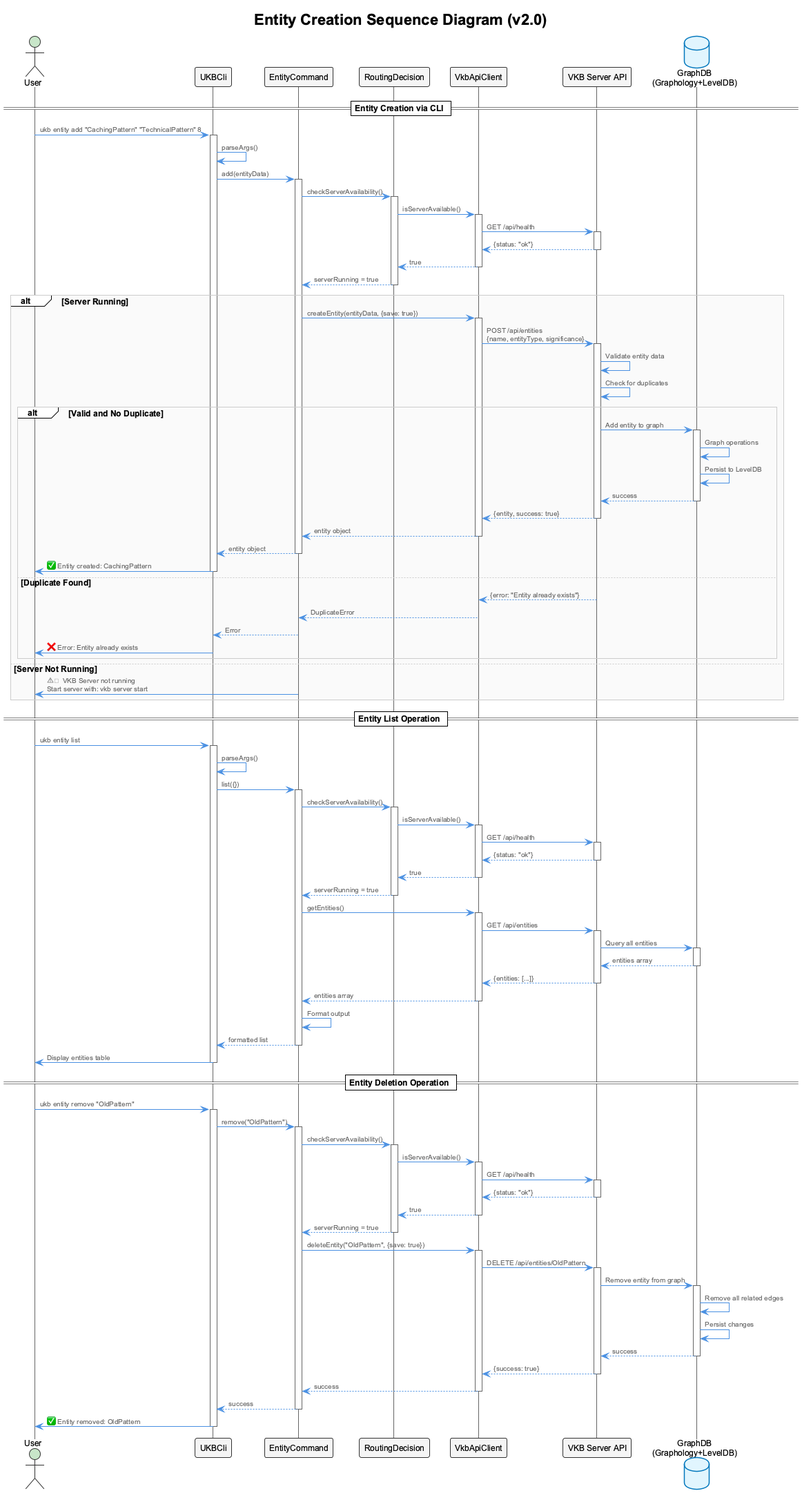
fwornle/coding keeps this PlantUML diagram as docs/images/ukb-cli-sequence-entity-creation.png. Above is the earlier version.
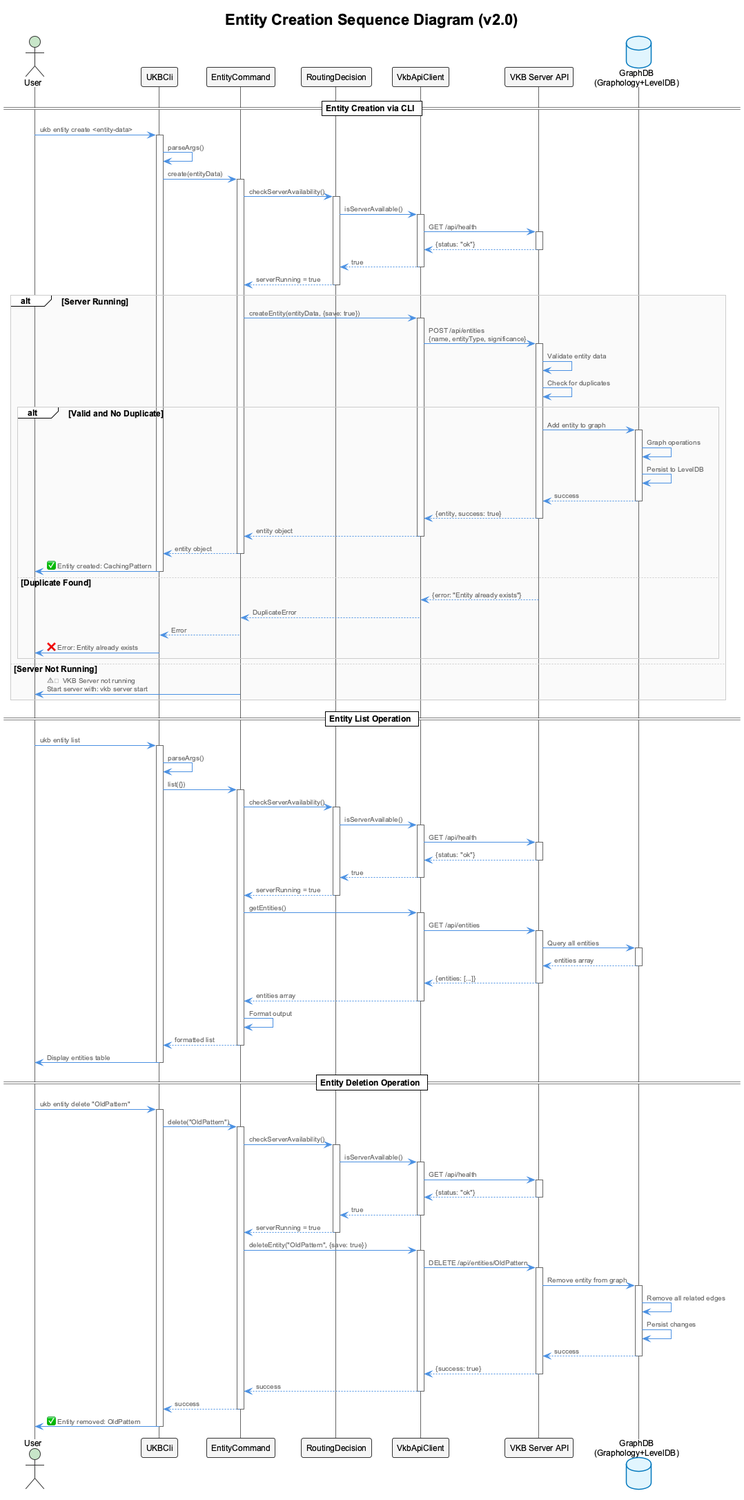
The same diagram one commit later.

Change to the diagram source:
```diff
@@ -13,11 +13,11 @@
 
 == Entity Creation via CLI ==
 
-User -> CLI: ukb entity add "CachingPattern" "TechnicalPattern" 8
+User -> CLI: ukb entity create <entity-data>
 activate CLI
 
 CLI -> CLI: parseArgs()
-CLI -> EC: add(entityData)
+CLI -> EC: create(entityData)
 activate EC
 
 EC -> Router: checkServerAvailability()
@@ -128,10 +128,10 @@
 
 == Entity Deletion Operation ==
 
-User -> CLI: ukb entity remove "OldPattern"
+User -> CLI: ukb entity delete "OldPattern"
 activate CLI
 
-CLI -> EC: remove("OldPattern")
+CLI -> EC: delete("OldPattern")
 activate EC
 
 EC -> Router: checkServerAvailability()
```
